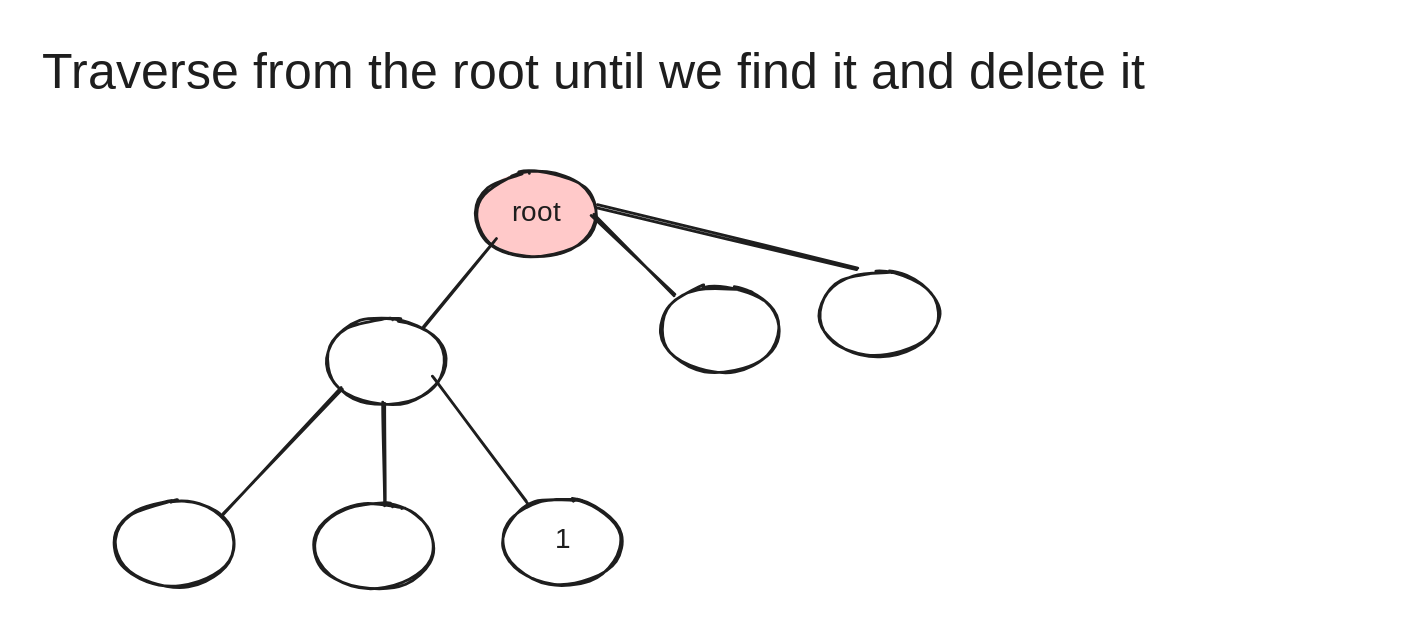
This is .gitbook/assets/file.excalidraw (1).svg from UmbrellaCrow612/gitbook-content, a Excalidraw export, as it was before one commit. Source tidied: one line per element, renumbered; positions are measured from the earlier drawing's top-left corner, leaving out a move shared by most shapes.
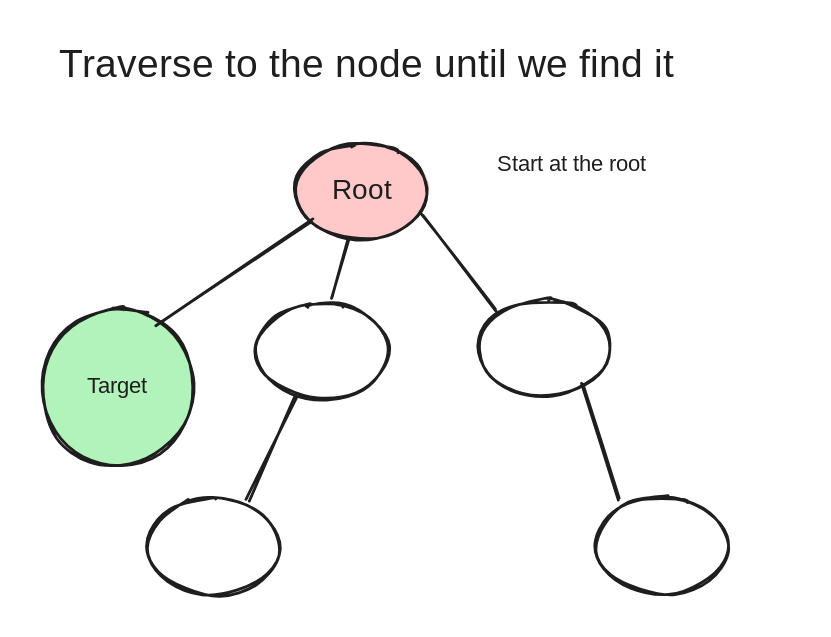
Later version of the same file.

What changed in the source:
```diff
@@ -1,16 +1,15 @@
-{"id": 0, "type": "text", "text": "Traverse from the root until we find it and delete it", "strokeColor": "#1e1e1e", "strokeWidth": 2, "roughness": 1, "fontSize": 36, "fontFamily": 1, "x": 0, "y": 0, "width": 957, "height": 45}
-{"id": 1, "type": "ellipse", "strokeColor": "#1e1e1e", "backgroundColor": "#ffc9c9", "fillStyle": "solid", "strokeWidth": 2, "roughness": 1, "round": true, "x": 311, "y": 92, "width": 85, "height": 61}
-{"id": 2, "type": "text", "text": "root", "strokeColor": "#1e1e1e", "strokeWidth": 2, "roughness": 1, "fontSize": 20, "fontFamily": 1, "textAlign": "center", "verticalAlign": "middle", "inside": 1, "x": 332, "y": 110, "width": 42, "height": 25}
-{"id": 3, "type": "ellipse", "strokeColor": "#1e1e1e", "strokeWidth": 2, "roughness": 1, "round": true, "x": 442, "y": 174, "width": 85, "height": 61}
-{"id": 4, "type": "ellipse", "strokeColor": "#1e1e1e", "strokeWidth": 2, "roughness": 1, "round": true, "x": 203, "y": 198, "width": 85, "height": 61}
-{"id": 5, "type": "ellipse", "strokeColor": "#1e1e1e", "strokeWidth": 2, "roughness": 1, "round": true, "x": 53, "y": 328, "width": 85, "height": 61}
-{"id": 6, "type": "ellipse", "strokeColor": "#1e1e1e", "strokeWidth": 2, "roughness": 1, "round": true, "x": 195, "y": 330, "width": 85, "height": 61}
-{"id": 7, "type": "ellipse", "strokeColor": "#1e1e1e", "strokeWidth": 2, "roughness": 1, "round": true, "x": 329, "y": 326, "width": 85, "height": 61}
-{"id": 8, "type": "text", "text": "1", "strokeColor": "#1e1e1e", "strokeWidth": 2, "roughness": 1, "fontSize": 20, "fontFamily": 1, "textAlign": "center", "verticalAlign": "middle", "inside": 7, "x": 369, "y": 344, "width": 5, "height": 25}
-{"id": 9, "type": "ellipse", "strokeColor": "#1e1e1e", "strokeWidth": 2, "roughness": 1, "round": true, "x": 555, "y": 164, "width": 85, "height": 61}
-{"id": 10, "type": "line", "strokeColor": "#1e1e1e", "strokeWidth": 2, "roughness": 1, "round": true, "x": 325, "y": 142, "width": 53, "height": 62, "points": [[0, 0], [-53, 62]]}
-{"id": 11, "type": "line", "strokeColor": "#1e1e1e", "strokeWidth": 2, "roughness": 1, "round": true, "x": 213, "y": 248, "width": 84, "height": 89, "points": [[0, 0], [-84, 89]]}
-{"id": 12, "type": "line", "strokeColor": "#1e1e1e", "strokeWidth": 2, "roughness": 1, "round": true, "x": 245, "y": 258, "width": 1, "height": 71, "points": [[0, 0], [-1, 71]]}
-{"id": 13, "type": "line", "strokeColor": "#1e1e1e", "strokeWidth": 2, "roughness": 1, "round": true, "x": 279, "y": 240, "width": 69, "height": 90, "points": [[0, 0], [69, 90]]}
-{"id": 14, "type": "line", "strokeColor": "#1e1e1e", "strokeWidth": 2, "roughness": 1, "round": true, "x": 393, "y": 124, "width": 59, "height": 57, "points": [[0, 0], [59, 57]]}
-{"id": 15, "type": "line", "strokeColor": "#1e1e1e", "strokeWidth": 2, "roughness": 1, "round": true, "x": 396, "y": 117, "width": 187, "height": 45, "points": [[0, 0], [187, 45]]}
+{"id": 16, "type": "ellipse", "strokeColor": "#1e1e1e", "backgroundColor": "#ffc9c9", "fillStyle": "solid", "strokeWidth": 2, "roughness": 1, "round": true, "x": 329, "y": 123, "width": 95, "height": 69}
+{"id": 17, "type": "text", "text": "Root", "strokeColor": "#1e1e1e", "strokeWidth": 2, "roughness": 1, "fontSize": 20, "fontFamily": 1, "textAlign": "center", "verticalAlign": "middle", "inside": 16, "x": 353, "y": 145, "width": 47, "height": 25}
+{"id": 18, "type": "ellipse", "strokeColor": "#1e1e1e", "strokeWidth": 2, "roughness": 1, "round": true, "x": 460, "y": 235, "width": 95, "height": 69}
+{"id": 19, "type": "ellipse", "strokeColor": "#1e1e1e", "strokeWidth": 2, "roughness": 1, "round": true, "x": 301, "y": 237, "width": 95, "height": 69}
+{"id": 20, "type": "ellipse", "strokeColor": "#1e1e1e", "backgroundColor": "#b2f2bb", "fillStyle": "solid", "strokeWidth": 2, "roughness": 1, "round": true, "x": 148, "y": 241, "width": 108, "height": 113}
+{"id": 21, "type": "text", "text": "Target", "strokeColor": "#1e1e1e", "strokeWidth": 2, "roughness": 1, "fontSize": 16, "fontFamily": 1, "textAlign": "center", "verticalAlign": "middle", "inside": 20, "x": 174, "y": 287, "width": 56, "height": 20}
+{"id": 22, "type": "ellipse", "strokeColor": "#1e1e1e", "strokeWidth": 2, "roughness": 1, "round": true, "x": 223, "y": 377, "width": 95, "height": 69}
+{"id": 23, "type": "ellipse", "strokeColor": "#1e1e1e", "strokeWidth": 2, "roughness": 1, "round": true, "x": 544, "y": 376, "width": 95, "height": 69}
+{"id": 24, "type": "line", "strokeColor": "#1e1e1e", "strokeWidth": 2, "roughness": 1, "round": true, "x": 341, "y": 178, "width": 111, "height": 75, "points": [[0, 0], [-111, 75]]}
+{"id": 25, "type": "line", "strokeColor": "#1e1e1e", "strokeWidth": 2, "roughness": 1, "round": true, "x": 367, "y": 191, "width": 12, "height": 42, "points": [[0, 0], [-12, 42]]}
+{"id": 26, "type": "line", "strokeColor": "#1e1e1e", "strokeWidth": 2, "roughness": 1, "round": true, "x": 420, "y": 174, "width": 52, "height": 68, "points": [[0, 0], [52, 68]]}
+{"id": 27, "type": "line", "strokeColor": "#1e1e1e", "strokeWidth": 2, "roughness": 1, "round": true, "x": 534, "y": 294, "width": 26, "height": 82, "points": [[0, 0], [26, 82]]}
+{"id": 28, "type": "line", "strokeColor": "#1e1e1e", "strokeWidth": 2, "roughness": 1, "round": true, "x": 330, "y": 304, "width": 35, "height": 74, "points": [[0, 0], [-35, 74]]}
+{"id": 29, "type": "text", "text": "Traverse to the node until we find it", "strokeColor": "#1e1e1e", "strokeWidth": 2, "roughness": 1, "fontSize": 28, "fontFamily": 1, "x": 161, "y": 51, "width": 521, "height": 35}
+{"id": 30, "type": "text", "text": "Start at the root", "strokeColor": "#1e1e1e", "backgroundColor": "#b2f2bb", "fillStyle": "solid", "strokeWidth": 2, "roughness": 1, "fontSize": 16, "fontFamily": 1, "x": 473, "y": 128, "width": 148, "height": 20}
```
